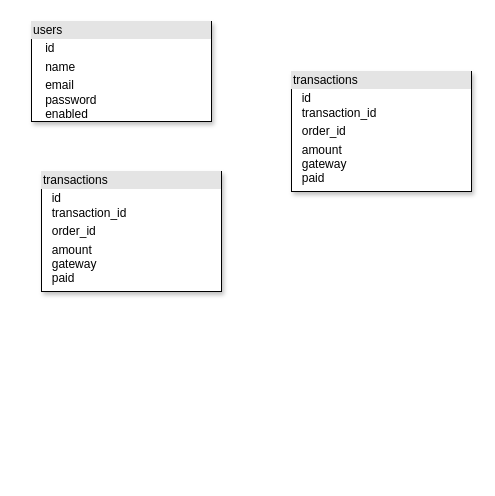
Above: page "ERD" (4 of 4) of designs/ecommerce.drawio in JS-Hub-ZW/E-Commerce-ZW (draw.io), before the change. Source tidied: cells renumbered, new cells numbered last; positions are measured from the earlier drawing's top-left corner, leaving out a move shared by most shapes. Both pictures are drawn from the tidied source at 100%, with x=0, y=0 at pixel (31, 21).
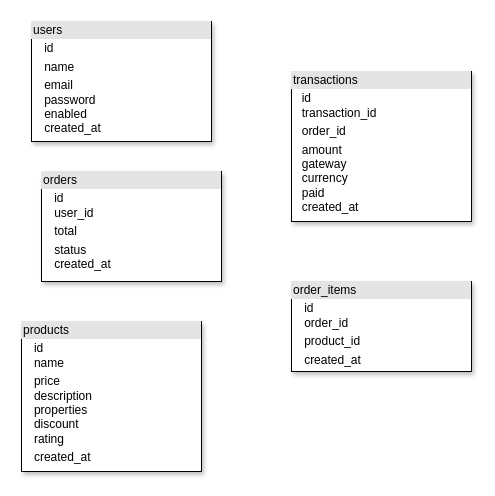
Above is the later version.

Commit message:
Created products table

What changed in the source:
```diff
@@
 <mxGraphModel>
   <root>
     <mxCell id="0" />
     <mxCell id="1" parent="0" />
-    <mxCell id="2" value="&lt;div style=&quot;box-sizing: border-box ; width: 100% ; background: #e4e4e4 ; padding: 2px&quot;&gt;users&lt;/div&gt;&lt;table style=&quot;width: 100% ; font-size: 1em&quot; cellpadding=&quot;2&quot; cellspacing=&quot;0&quot;&gt;&lt;tbody&gt;&lt;tr&gt;&lt;td&gt;&lt;/td&gt;&lt;td&gt;id&lt;/td&gt;&lt;/tr&gt;&lt;tr&gt;&lt;td&gt;&lt;br&gt;&lt;/td&gt;&lt;td&gt;name&lt;/td&gt;&lt;/tr&gt;&lt;tr&gt;&lt;td&gt;&lt;/td&gt;&lt;td&gt;email&lt;br&gt;password&lt;br&gt;enabled&lt;/td&gt;&lt;/tr&gt;&lt;/tbody&gt;&lt;/table&gt;" style="verticalAlign=top;align=left;overflow=fill;html=1;rounded=0;sketch=0;fontSize=12;shadow=1;" parent="1" vertex="1">
-      <mxGeometry width="180" height="100" as="geometry" />
+    <mxCell id="2" value="&lt;div style=&quot;box-sizing: border-box ; width: 100% ; background: #e4e4e4 ; padding: 2px&quot;&gt;users&lt;/div&gt;&lt;table style=&quot;width: 100% ; font-size: 1em&quot; cellpadding=&quot;2&quot; cellspacing=&quot;0&quot;&gt;&lt;tbody&gt;&lt;tr&gt;&lt;td&gt;&lt;/td&gt;&lt;td&gt;id&lt;/td&gt;&lt;/tr&gt;&lt;tr&gt;&lt;td&gt;&lt;br&gt;&lt;/td&gt;&lt;td&gt;name&lt;/td&gt;&lt;/tr&gt;&lt;tr&gt;&lt;td&gt;&lt;/td&gt;&lt;td&gt;email&lt;br&gt;password&lt;br&gt;enabled&lt;br&gt;created_at&lt;/td&gt;&lt;/tr&gt;&lt;/tbody&gt;&lt;/table&gt;" style="verticalAlign=top;align=left;overflow=fill;html=1;rounded=0;sketch=0;fontSize=12;shadow=1;" parent="1" vertex="1">
+      <mxGeometry width="180" height="120" as="geometry" />
     </mxCell>
-    <mxCell id="3" value="&lt;div style=&quot;box-sizing: border-box ; width: 100% ; background: #e4e4e4 ; padding: 2px&quot;&gt;transactions&lt;/div&gt;&lt;table style=&quot;width: 100% ; font-size: 1em&quot; cellpadding=&quot;2&quot; cellspacing=&quot;0&quot;&gt;&lt;tbody&gt;&lt;tr&gt;&lt;td&gt;&lt;/td&gt;&lt;td&gt;id&lt;br&gt;transaction_id&lt;/td&gt;&lt;/tr&gt;&lt;tr&gt;&lt;td&gt;&lt;br&gt;&lt;/td&gt;&lt;td&gt;order_id&lt;/td&gt;&lt;/tr&gt;&lt;tr&gt;&lt;td&gt;&lt;/td&gt;&lt;td&gt;amount&lt;br&gt;gateway&lt;br&gt;paid&lt;/td&gt;&lt;/tr&gt;&lt;/tbody&gt;&lt;/table&gt;" style="verticalAlign=top;align=left;overflow=fill;html=1;rounded=0;sketch=0;fontSize=12;shadow=1;" parent="1" vertex="1">
-      <mxGeometry x="260" y="50" width="180" height="120" as="geometry" />
+    <mxCell id="3" value="&lt;div style=&quot;box-sizing: border-box ; width: 100% ; background: #e4e4e4 ; padding: 2px&quot;&gt;transactions&lt;/div&gt;&lt;table style=&quot;width: 100% ; font-size: 1em&quot; cellpadding=&quot;2&quot; cellspacing=&quot;0&quot;&gt;&lt;tbody&gt;&lt;tr&gt;&lt;td&gt;&lt;/td&gt;&lt;td&gt;id&lt;br&gt;transaction_id&lt;/td&gt;&lt;/tr&gt;&lt;tr&gt;&lt;td&gt;&lt;br&gt;&lt;/td&gt;&lt;td&gt;order_id&lt;/td&gt;&lt;/tr&gt;&lt;tr&gt;&lt;td&gt;&lt;/td&gt;&lt;td&gt;amount&lt;br&gt;gateway&lt;br&gt;currency&lt;br&gt;paid&lt;br&gt;created_at&lt;/td&gt;&lt;/tr&gt;&lt;/tbody&gt;&lt;/table&gt;" style="verticalAlign=top;align=left;overflow=fill;html=1;rounded=0;sketch=0;fontSize=12;shadow=1;" parent="1" vertex="1">
+      <mxGeometry x="260" y="50" width="180" height="150" as="geometry" />
     </mxCell>
-    <mxCell id="4" value="&lt;div style=&quot;box-sizing: border-box ; width: 100% ; background: #e4e4e4 ; padding: 2px&quot;&gt;transactions&lt;/div&gt;&lt;table style=&quot;width: 100% ; font-size: 1em&quot; cellpadding=&quot;2&quot; cellspacing=&quot;0&quot;&gt;&lt;tbody&gt;&lt;tr&gt;&lt;td&gt;&lt;/td&gt;&lt;td&gt;id&lt;br&gt;transaction_id&lt;/td&gt;&lt;/tr&gt;&lt;tr&gt;&lt;td&gt;&lt;br&gt;&lt;/td&gt;&lt;td&gt;order_id&lt;/td&gt;&lt;/tr&gt;&lt;tr&gt;&lt;td&gt;&lt;/td&gt;&lt;td&gt;amount&lt;br&gt;gateway&lt;br&gt;paid&lt;/td&gt;&lt;/tr&gt;&lt;/tbody&gt;&lt;/table&gt;" style="verticalAlign=top;align=left;overflow=fill;html=1;rounded=0;sketch=0;fontSize=12;shadow=1;" parent="1" vertex="1">
-      <mxGeometry x="10" y="150" width="180" height="120" as="geometry" />
+    <mxCell id="4" value="&lt;div style=&quot;box-sizing: border-box ; width: 100% ; background: #e4e4e4 ; padding: 2px&quot;&gt;orders&lt;/div&gt;&lt;table style=&quot;width: 100% ; font-size: 1em&quot; cellpadding=&quot;2&quot; cellspacing=&quot;0&quot;&gt;&lt;tbody&gt;&lt;tr&gt;&lt;td&gt;&lt;/td&gt;&lt;td&gt;id&lt;br&gt;user_id&lt;/td&gt;&lt;/tr&gt;&lt;tr&gt;&lt;td&gt;&lt;br&gt;&lt;/td&gt;&lt;td&gt;total&lt;/td&gt;&lt;/tr&gt;&lt;tr&gt;&lt;td&gt;&lt;/td&gt;&lt;td&gt;status&lt;br&gt;created_at&lt;/td&gt;&lt;/tr&gt;&lt;/tbody&gt;&lt;/table&gt;" style="verticalAlign=top;align=left;overflow=fill;html=1;rounded=0;sketch=0;fontSize=12;shadow=1;" parent="1" vertex="1">
+      <mxGeometry x="10" y="150" width="180" height="110" as="geometry" />
     </mxCell>
+    <mxCell id="5" value="&lt;div style=&quot;box-sizing: border-box ; width: 100% ; background: #e4e4e4 ; padding: 2px&quot;&gt;order_items&lt;/div&gt;&lt;table style=&quot;width: 100% ; font-size: 1em&quot; cellpadding=&quot;2&quot; cellspacing=&quot;0&quot;&gt;&lt;tbody&gt;&lt;tr&gt;&lt;td&gt;&lt;/td&gt;&lt;td&gt;id&lt;br&gt;order_id&lt;/td&gt;&lt;/tr&gt;&lt;tr&gt;&lt;td&gt;&lt;br&gt;&lt;/td&gt;&lt;td&gt;product_id&lt;/td&gt;&lt;/tr&gt;&lt;tr&gt;&lt;td&gt;&lt;/td&gt;&lt;td&gt;created_at&lt;br&gt;&lt;/td&gt;&lt;/tr&gt;&lt;/tbody&gt;&lt;/table&gt;" style="verticalAlign=top;align=left;overflow=fill;html=1;rounded=0;sketch=0;fontSize=12;shadow=1;" parent="1" vertex="1">
+      <mxGeometry x="260" y="260" width="180" height="90" as="geometry" />
+    </mxCell>
+    <mxCell id="6" value="&lt;div style=&quot;box-sizing: border-box ; width: 100% ; background: #e4e4e4 ; padding: 2px&quot;&gt;products&lt;/div&gt;&lt;table style=&quot;width: 100% ; font-size: 1em&quot; cellpadding=&quot;2&quot; cellspacing=&quot;0&quot;&gt;&lt;tbody&gt;&lt;tr&gt;&lt;td&gt;&lt;/td&gt;&lt;td&gt;id&lt;br&gt;name&lt;/td&gt;&lt;/tr&gt;&lt;tr&gt;&lt;td&gt;&lt;br&gt;&lt;/td&gt;&lt;td&gt;price&lt;br&gt;description&lt;br&gt;properties&lt;br&gt;discount&lt;br&gt;rating&lt;/td&gt;&lt;/tr&gt;&lt;tr&gt;&lt;td&gt;&lt;/td&gt;&lt;td&gt;created_at&lt;br&gt;&lt;/td&gt;&lt;/tr&gt;&lt;/tbody&gt;&lt;/table&gt;" style="verticalAlign=top;align=left;overflow=fill;html=1;rounded=0;sketch=0;fontSize=12;shadow=1;" parent="1" vertex="1">
+      <mxGeometry x="-10" y="300" width="180" height="150" as="geometry" />
+    </mxCell>
   </root>
 </mxGraphModel>
```
